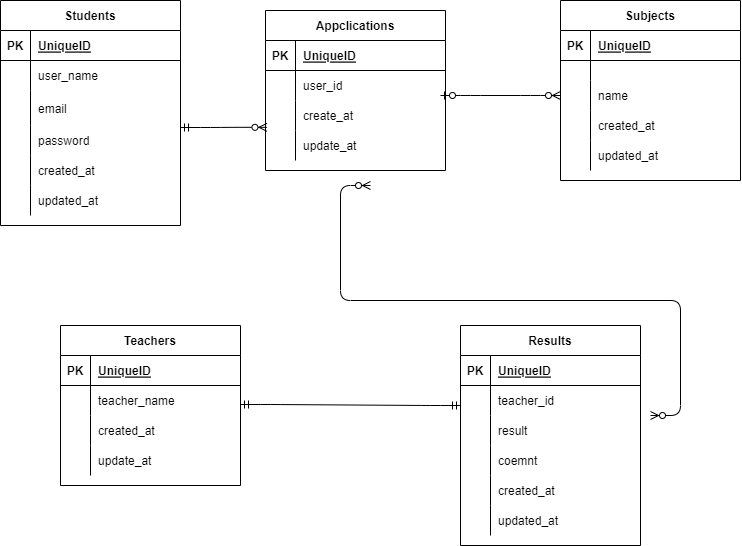
The draw.io diagram test.drawio.png in maimai860/yada20220812, before a commit. Source tidied: cells renumbered, new cells last; positions are measured from the earlier drawing's top-left corner, leaving out a move shared by most shapes.
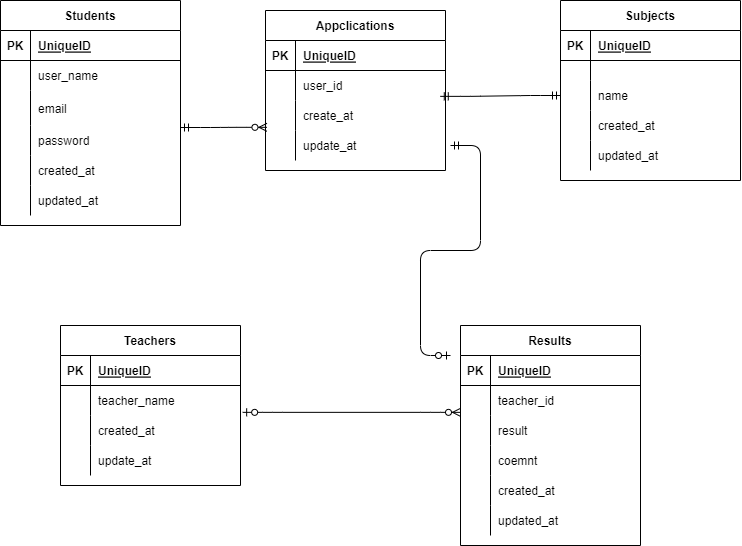
Later version of the same file.

Change to the diagram source:
```diff
@@ -146,11 +146,6 @@
     <mxCell id="49" value="updated_at" style="shape=partialRectangle;fillColor=none;top=0;left=0;bottom=0;right=0;align=left;spacingLeft=6;overflow=hidden;" parent="47" vertex="1">
       <mxGeometry x="30" width="150" height="30" as="geometry" />
     </mxCell>
-    <mxCell id="50" style="edgeStyle=entityRelationEdgeStyle;fontSize=12;html=1;endArrow=ERzeroToMany;startArrow=ERzeroToOne;entryX=0;entryY=0.5;entryDx=0;entryDy=0;" parent="1" edge="1" target="41">
-      <mxGeometry relative="1" as="geometry">
-        <mxPoint x="440" y="95" as="sourcePoint" />
-      </mxGeometry>
-    </mxCell>
     <mxCell id="51" value="Results" style="shape=table;startSize=30;rowLines=0;fontStyle=1;align=center;" parent="1" vertex="1">
       <mxGeometry x="460" y="325" width="180" height="220" as="geometry" />
     </mxCell>
@@ -208,12 +203,6 @@
     <mxCell id="69" value="updated_at" style="shape=partialRectangle;fillColor=none;top=0;left=0;bottom=0;right=0;align=left;spacingLeft=6;overflow=hidden;" parent="67" vertex="1">
       <mxGeometry x="30" width="150" height="30" as="geometry" />
     </mxCell>
-    <mxCell id="70" style="edgeStyle=entityRelationEdgeStyle;fontSize=12;html=1;endArrow=ERmandOne;startArrow=ERmandOne;" parent="1" edge="1">
-      <mxGeometry relative="1" as="geometry">
-        <mxPoint x="240" y="404" as="sourcePoint" />
-        <mxPoint x="460" y="405" as="targetPoint" />
-      </mxGeometry>
-    </mxCell>
     <mxCell id="71" value="Appclications" style="shape=table;startSize=30;rowLines=0;fontStyle=1;align=center;" parent="1" vertex="1">
       <mxGeometry x="265" y="10" width="180" height="160" as="geometry" />
     </mxCell>
@@ -258,11 +247,17 @@
         <mxPoint x="180" y="127" as="sourcePoint" />
       </mxGeometry>
     </mxCell>
-    <mxCell id="85" style="edgeStyle=entityRelationEdgeStyle;fontSize=12;html=1;endArrow=ERzeroToMany;endFill=1;startArrow=ERzeroToMany;" parent="1" edge="1">
-      <mxGeometry relative="1" as="geometry">
-        <mxPoint x="650" y="415" as="sourcePoint" />
-        <mxPoint x="370" y="185" as="targetPoint" />
-      </mxGeometry>
-    </mxCell>
+    <mxCell id="86" style="edgeStyle=entityRelationEdgeStyle;fontSize=12;html=1;endArrow=ERmandOne;startArrow=ERmandOne;exitX=0.971;exitY=-0.138;exitDx=0;exitDy=0;entryX=0;entryY=0.5;entryDx=0;entryDy=0;exitPerimeter=0;" parent="1" edge="1" source="78" target="41">
+      <mxGeometry relative="1" as="geometry" />
+    </mxCell>
+    <mxCell id="87" style="edgeStyle=entityRelationEdgeStyle;fontSize=12;html=1;endArrow=ERzeroToOne;startArrow=ERmandOne;" parent="1" edge="1">
+      <mxGeometry relative="1" as="geometry">
+        <mxPoint x="450" y="145" as="sourcePoint" />
+        <mxPoint x="450" y="355" as="targetPoint" />
+      </mxGeometry>
+    </mxCell>
+    <mxCell id="88" style="edgeStyle=entityRelationEdgeStyle;fontSize=12;html=1;endArrow=ERzeroToMany;startArrow=ERzeroToOne;exitX=1.012;exitY=-0.105;exitDx=0;exitDy=0;exitPerimeter=0;entryX=0;entryY=-0.105;entryDx=0;entryDy=0;entryPerimeter=0;" parent="1" edge="1" source="28" target="58">
+      <mxGeometry relative="1" as="geometry" />
+    </mxCell>
   </root>
 </mxGraphModel>
```
